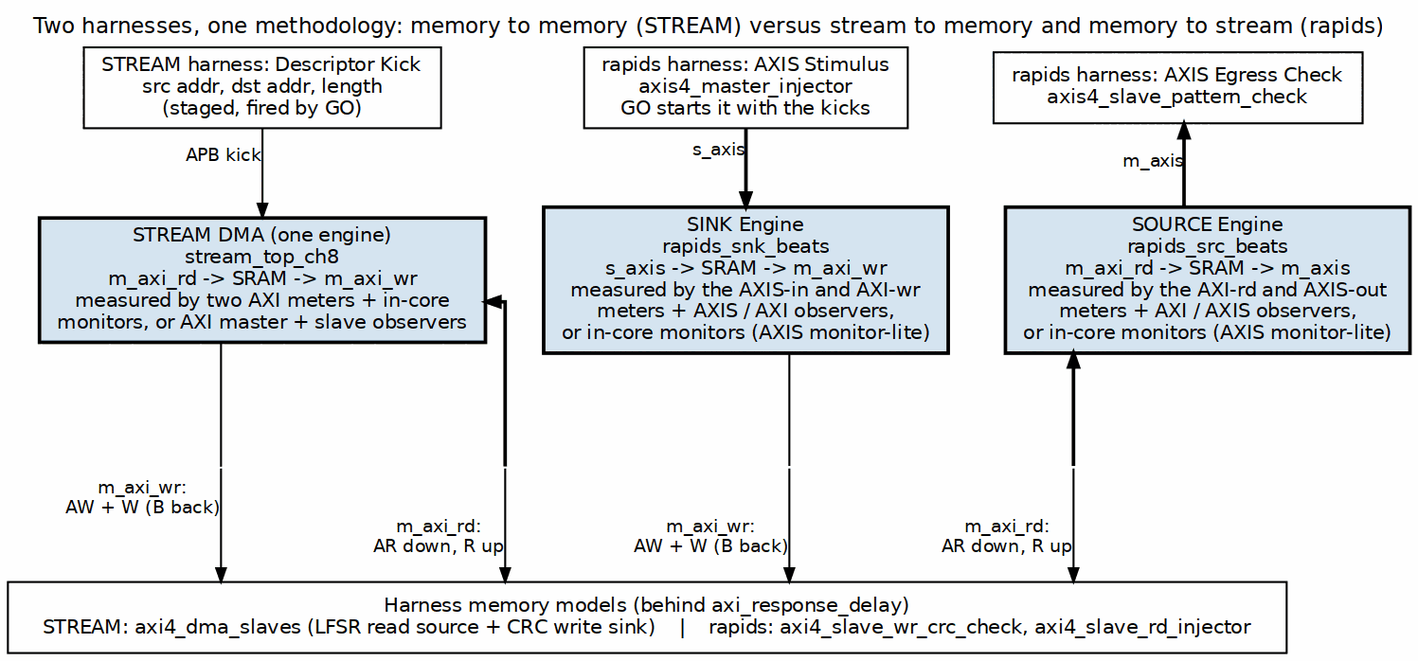
Earlier version of the Graphviz export projects/fpga-systems/Genesys2/dma-ip/rapids_beats/docs/rapids_axis_system/assets/graphviz/04_rapids_vs_stream.png (sean-galloway/RTLDesignSherpa). Its source is kept beside it as projects/fpga-systems/Genesys2/dma-ip/rapids_beats/docs/rapids_axis_system/assets/graphviz/04_rapids_vs_stream.dot. The source it was exported from:
```dot
digraph rapids_vs_stream {
    graph [rankdir=TB, bgcolor="white", fontname="Helvetica", fontsize=11,
           nodesep="0.40", ranksep="0.55", splines=ortho, newrank=true,
           label="Two harnesses, one methodology: memory to memory (STREAM) versus stream to memory and memory to stream (rapids)", labelloc=t];
    node  [fontname="Helvetica", fontsize=10, shape=box, style=filled,
           fillcolor="#D6E4F0", color="black", margin="0.12,0.06"];
    edge  [fontname="Helvetica", fontsize=9, color="black", arrowsize=0.7];

        s_kick [group=S, label="STREAM harness: Descriptor Kick\nsrc addr, dst addr, length\n(staged, fired by GO)", fillcolor="white"];
        s_dut  [group=S, label="STREAM DMA (one engine)\nstream_top_ch8\nm_axi_rd -> SRAM -> m_axi_wr\nmeasured by two AXI meters + in-core\nmonitors, or AXI master + slave observers", penwidth=1.8];

        r_gen [label="rapids harness: AXIS Stimulus\naxis4_master_injector\nGO starts it with the kicks", fillcolor="white"];
        r_chk [label="rapids harness: AXIS Egress Check\naxis4_slave_pattern_check", fillcolor="white"];
        r_snk [label="SINK Engine\nrapids_snk_beats\ns_axis -> SRAM -> m_axi_wr\nmeasured by the AXIS-in and AXI-wr\nmeters + AXIS / AXI observers,\nor in-core monitors (AXIS monitor-lite)", penwidth=1.8];
        r_src [label="SOURCE Engine\nrapids_src_beats\nm_axi_rd -> SRAM -> m_axis\nmeasured by the AXI-rd and AXIS-out\nmeters + AXI / AXIS observers,\nor in-core monitors (AXIS monitor-lite)", penwidth=1.8];

    bar [label="Harness memory models (behind axi_response_delay)\nSTREAM: axi4_dma_slaves (LFSR read source + CRC write sink)    |    rapids: axi4_slave_wr_crc_check, axi4_slave_rd_injector",
         fillcolor="white", width=9];

    { rank=same; s_kick; r_gen; r_chk; }
    s_kick -> r_gen -> r_chk [style=invis];
    { rank=same; s_dut; r_snk; r_src; }
    s_dut -> r_snk -> r_src [style=invis];
    { rank=same; sw; g1; sr; g2; rw; g3; rr; }
    g1 [shape=box, style=invis, width=1.2, label=""];
    g2 [shape=box, style=invis, width=1.2, label=""];
    g3 [shape=box, style=invis, width=1.2, label=""];
    sw [shape=point, style=invis, width=0.01, label=""];
    sr [shape=point, style=invis, width=0.01, label=""];
    rw [shape=point, style=invis, width=0.01, label=""];
    rr [shape=point, style=invis, width=0.01, label=""];
    sw -> g1 -> sr -> g2 -> rw -> g3 -> rr [style=invis];

    s_kick -> s_dut [xlabel="APB kick"];
    s_dut  -> sw    [dir=none];
    sw     -> bar   [xlabel="m_axi_wr:\nAW + W (B back)"];
    s_dut  -> sr    [dir=back, penwidth=1.8];
    sr     -> bar   [xlabel="m_axi_rd:\nAR down, R up"];

    r_gen  -> r_snk [penwidth=1.8, xlabel="s_axis"];
    r_snk  -> rw    [dir=none];
    rw     -> bar   [xlabel="m_axi_wr:\nAW + W (B back)"];
    r_src  -> rr    [dir=back, penwidth=1.8];
    rr     -> bar   [xlabel="m_axi_rd:\nAR down, R up"];
    r_chk  -> r_src [dir=back, penwidth=1.8, xlabel="m_axis"];
}
```
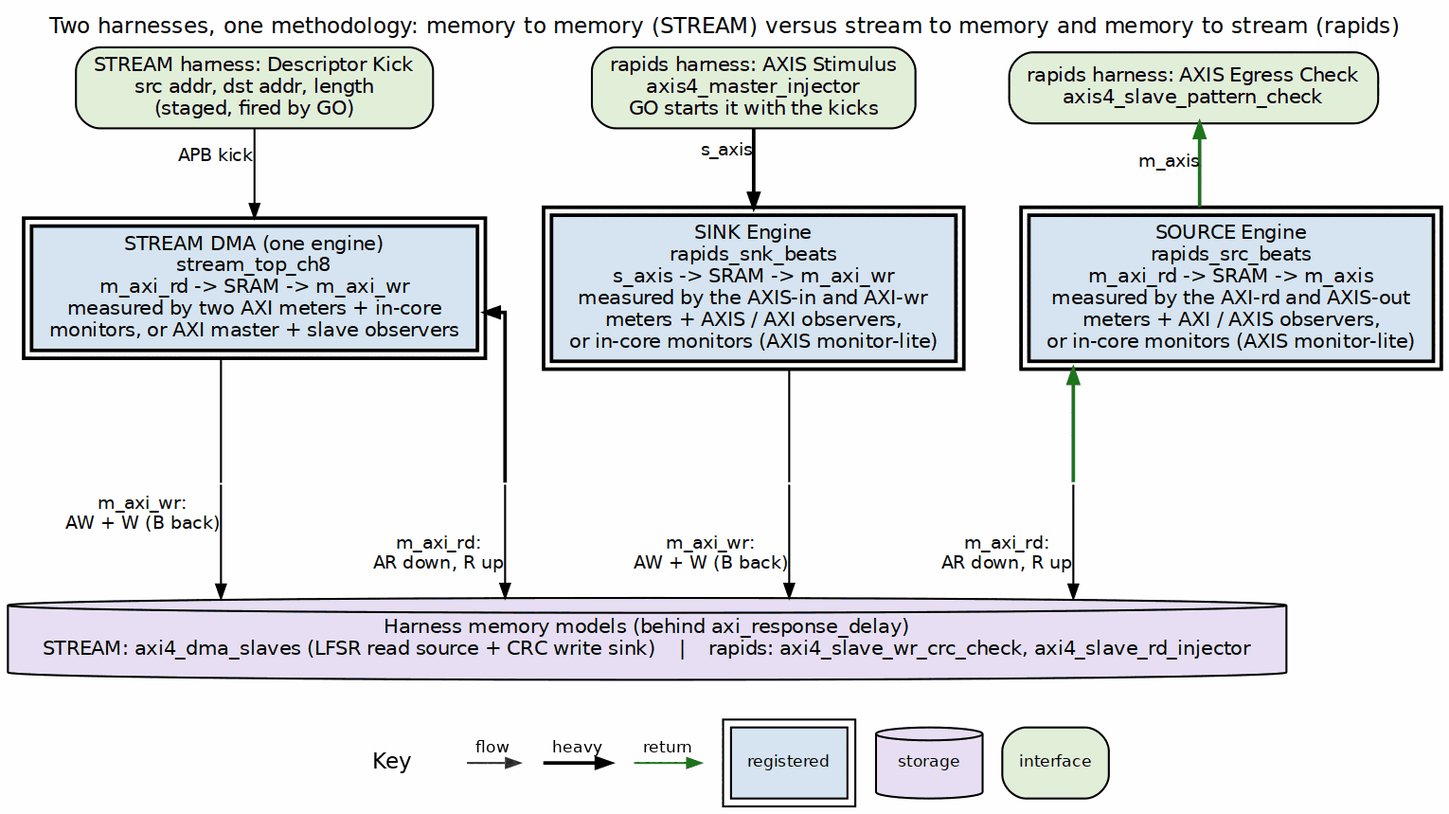
After the change.

The edit, as a diff of the source:
```diff
@@ -3,19 +3,19 @@
            nodesep="0.40", ranksep="0.55", splines=ortho, newrank=true,
            label="Two harnesses, one methodology: memory to memory (STREAM) versus stream to memory and memory to stream (rapids)", labelloc=t];
     node  [fontname="Helvetica", fontsize=10, shape=box, style=filled,
-           fillcolor="#D6E4F0", color="black", margin="0.12,0.06"];
+           fillcolor="white", color="black", margin="0.12,0.06"];
     edge  [fontname="Helvetica", fontsize=9, color="black", arrowsize=0.7];
 
-        s_kick [group=S, label="STREAM harness: Descriptor Kick\nsrc addr, dst addr, length\n(staged, fired by GO)", fillcolor="white"];
-        s_dut  [group=S, label="STREAM DMA (one engine)\nstream_top_ch8\nm_axi_rd -> SRAM -> m_axi_wr\nmeasured by two AXI meters + in-core\nmonitors, or AXI master + slave observers", penwidth=1.8];
+        s_kick [group=S, label="STREAM harness: Descriptor Kick\nsrc addr, dst addr, length\n(staged, fired by GO)", fillcolor="white", style="rounded,filled", fillcolor="#E2EFDA"];
+        s_dut  [group=S, label="STREAM DMA (one engine)\nstream_top_ch8\nm_axi_rd -> SRAM -> m_axi_wr\nmeasured by two AXI meters + in-core\nmonitors, or AXI master + slave observers", penwidth=1.8, peripheries=2, style="filled", fillcolor="#D6E4F0"];
 
-        r_gen [label="rapids harness: AXIS Stimulus\naxis4_master_injector\nGO starts it with the kicks", fillcolor="white"];
-        r_chk [label="rapids harness: AXIS Egress Check\naxis4_slave_pattern_check", fillcolor="white"];
-        r_snk [label="SINK Engine\nrapids_snk_beats\ns_axis -> SRAM -> m_axi_wr\nmeasured by the AXIS-in and AXI-wr\nmeters + AXIS / AXI observers,\nor in-core monitors (AXIS monitor-lite)", penwidth=1.8];
-        r_src [label="SOURCE Engine\nrapids_src_beats\nm_axi_rd -> SRAM -> m_axis\nmeasured by the AXI-rd and AXIS-out\nmeters + AXI / AXIS observers,\nor in-core monitors (AXIS monitor-lite)", penwidth=1.8];
+        r_gen [label="rapids harness: AXIS Stimulus\naxis4_master_injector\nGO starts it with the kicks", fillcolor="white", style="rounded,filled", fillcolor="#E2EFDA"];
+        r_chk [label="rapids harness: AXIS Egress Check\naxis4_slave_pattern_check", fillcolor="white", style="rounded,filled", fillcolor="#E2EFDA"];
+        r_snk [label="SINK Engine\nrapids_snk_beats\ns_axis -> SRAM -> m_axi_wr\nmeasured by the AXIS-in and AXI-wr\nmeters + AXIS / AXI observers,\nor in-core monitors (AXIS monitor-lite)", penwidth=1.8, peripheries=2, style="filled", fillcolor="#D6E4F0"];
+        r_src [label="SOURCE Engine\nrapids_src_beats\nm_axi_rd -> SRAM -> m_axis\nmeasured by the AXI-rd and AXIS-out\nmeters + AXI / AXIS observers,\nor in-core monitors (AXIS monitor-lite)", penwidth=1.8, peripheries=2, style="filled", fillcolor="#D6E4F0"];
 
     bar [label="Harness memory models (behind axi_response_delay)\nSTREAM: axi4_dma_slaves (LFSR read source + CRC write sink)    |    rapids: axi4_slave_wr_crc_check, axi4_slave_rd_injector",
-         fillcolor="white", width=9];
+         fillcolor="white", width=9, shape=cylinder, style="filled", fillcolor="#E8DFF5"];
 
     { rank=same; s_kick; r_gen; r_chk; }
     s_kick -> r_gen -> r_chk [style=invis];
@@ -40,7 +40,7 @@
     r_gen  -> r_snk [penwidth=1.8, xlabel="s_axis"];
     r_snk  -> rw    [dir=none];
     rw     -> bar   [xlabel="m_axi_wr:\nAW + W (B back)"];
-    r_src  -> rr    [dir=back, penwidth=1.8];
+    r_src  -> rr    [color="#1A7A1A", dir=back, penwidth=1.8];
     rr     -> bar   [xlabel="m_axi_rd:\nAR down, R up"];
-    r_chk  -> r_src [dir=back, penwidth=1.8, xlabel="m_axis"];
+    r_chk  -> r_src [color="#1A7A1A", dir=back, penwidth=1.8, xlabel="m_axis"];
 }
```
